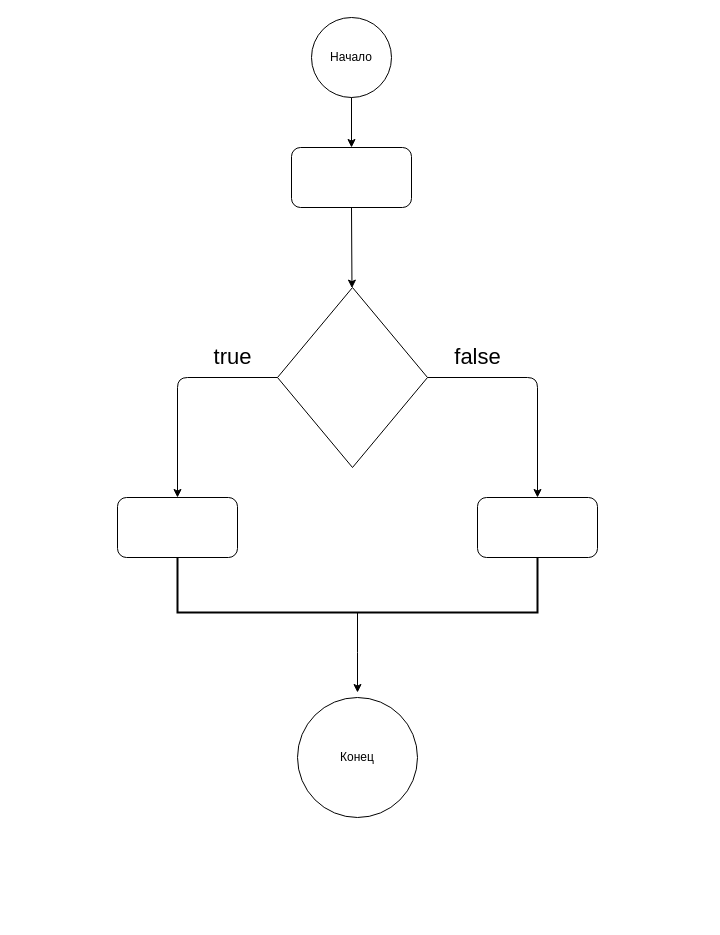
IDDQD229/job4j keeps this draw.io diagram as Untitled Diagram.drawio. Above is the earlier version. Source tidied: cells renumbered, new cells numbered last; positions are measured from the earlier drawing's top-left corner, leaving out a move shared by most shapes. Both pictures are drawn from the tidied source at 100%, with x=0, y=0 at pixel (117, 17).
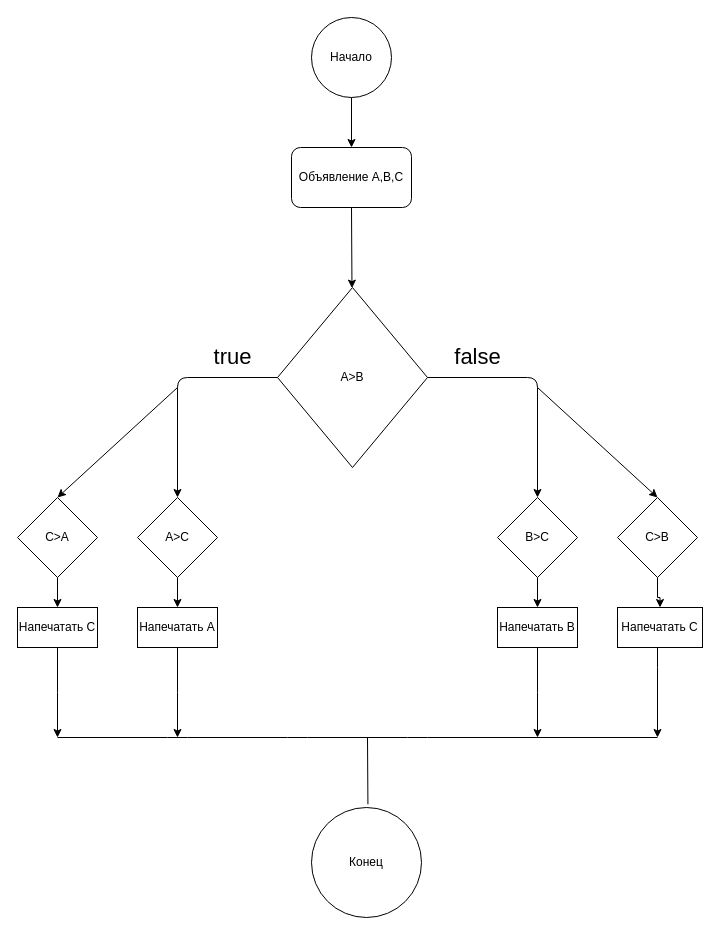
Above is the later version.

The edit, as a diff of the source:
```diff
@@
-    <mxCell id="4" style="rounded=1;whiteSpace=wrap;html=1;" parent="1" vertex="1">
+    <mxCell id="4" value="Объявление А,B,C" style="rounded=1;whiteSpace=wrap;html=1;" parent="1" vertex="1">
       <mxGeometry x="174" y="130" width="120" height="60" as="geometry" />
     </mxCell>
@@
-    <mxCell id="6" style="rhombus;whiteSpace=wrap;html=1;" parent="1" vertex="1">
+    <mxCell id="6" value="A&amp;gt;B" style="rhombus;whiteSpace=wrap;html=1;" parent="1" vertex="1">
       <mxGeometry x="160" y="270" width="150" height="180" as="geometry" />
     </mxCell>
@@
-    <mxCell id="11" style="rounded=1;whiteSpace=wrap;html=1;" parent="1" vertex="1">
-      <mxGeometry y="480" width="120" height="60" as="geometry" />
-    </mxCell>
-    <mxCell id="12" style="rounded=1;whiteSpace=wrap;html=1;" parent="1" vertex="1">
-      <mxGeometry x="360" y="480" width="120" height="60" as="geometry" />
-    </mxCell>
-    <mxCell id="13" style="edgeStyle=orthogonalEdgeStyle;rounded=0;jettySize=auto;html=1;" parent="1" edge="1" source="14">
-      <mxGeometry relative="1" as="geometry">
-        <mxPoint x="240" y="675" as="targetPoint" />
-      </mxGeometry>
-    </mxCell>
-    <mxCell id="14" style="strokeWidth=2;html=1;shape=mxgraph.flowchart.annotation_1;align=left;direction=north;rotation=0;" parent="1" vertex="1">
-      <mxGeometry x="60" y="540" width="360" height="55" as="geometry" />
-    </mxCell>
     <mxCell id="15" value="Конец" style="ellipse;whiteSpace=wrap;html=1;" parent="1" vertex="1">
-      <mxGeometry x="180" y="680" width="120" height="120" as="geometry" />
+      <mxGeometry x="194" y="790" width="110" height="110" as="geometry" />
     </mxCell>
+    <mxCell id="16" style="edgeStyle=orthogonalEdgeStyle;rounded=0;jettySize=auto;html=1;" parent="1" edge="1" source="17" target="27">
+      <mxGeometry relative="1" as="geometry" />
+    </mxCell>
+    <mxCell id="17" value="A&amp;gt;C" style="rhombus;whiteSpace=wrap;html=1;" parent="1" vertex="1">
+      <mxGeometry x="20" y="480" width="80" height="80" as="geometry" />
+    </mxCell>
+    <mxCell id="18" style="edgeStyle=orthogonalEdgeStyle;rounded=0;jettySize=auto;html=1;" parent="1" edge="1" source="19" target="31">
+      <mxGeometry relative="1" as="geometry" />
+    </mxCell>
+    <mxCell id="19" value="B&amp;gt;C" style="rhombus;whiteSpace=wrap;html=1;" parent="1" vertex="1">
+      <mxGeometry x="380" y="480" width="80" height="80" as="geometry" />
+    </mxCell>
+    <mxCell id="20" style="endArrow=classic;html=1;" parent="1" edge="1">
+      <mxGeometry relative="1" as="geometry">
+        <mxPoint x="60" y="370" as="sourcePoint" />
+        <mxPoint x="-60" y="480" as="targetPoint" />
+      </mxGeometry>
+    </mxCell>
+    <mxCell id="21" style="endArrow=classic;html=1;" parent="1" edge="1">
+      <mxGeometry relative="1" as="geometry">
+        <mxPoint x="420" y="370" as="sourcePoint" />
+        <mxPoint x="540" y="480" as="targetPoint" />
+      </mxGeometry>
+    </mxCell>
+    <mxCell id="22" style="edgeStyle=orthogonalEdgeStyle;rounded=0;jettySize=auto;html=1;" parent="1" edge="1" source="23" target="29">
+      <mxGeometry relative="1" as="geometry" />
+    </mxCell>
+    <mxCell id="23" value="C&amp;gt;A" style="rhombus;whiteSpace=wrap;html=1;" parent="1" vertex="1">
+      <mxGeometry x="-100" y="480" width="80" height="80" as="geometry" />
+    </mxCell>
+    <mxCell id="24" style="edgeStyle=orthogonalEdgeStyle;rounded=0;jettySize=auto;html=1;" parent="1" edge="1" source="25" target="33">
+      <mxGeometry relative="1" as="geometry" />
+    </mxCell>
+    <mxCell id="25" value="C&amp;gt;B" style="rhombus;whiteSpace=wrap;html=1;" parent="1" vertex="1">
+      <mxGeometry x="500" y="480" width="80" height="80" as="geometry" />
+    </mxCell>
+    <mxCell id="26" style="edgeStyle=orthogonalEdgeStyle;rounded=0;jettySize=auto;html=1;" parent="1" edge="1" source="27">
+      <mxGeometry relative="1" as="geometry">
+        <mxPoint x="60" y="720" as="targetPoint" />
+      </mxGeometry>
+    </mxCell>
+    <mxCell id="27" value="Напечатать А" style="whiteSpace=wrap;html=1;" parent="1" vertex="1">
+      <mxGeometry x="20" y="590" width="80" height="40" as="geometry" />
+    </mxCell>
+    <mxCell id="28" style="edgeStyle=orthogonalEdgeStyle;rounded=0;jettySize=auto;html=1;" parent="1" edge="1" source="29">
+      <mxGeometry relative="1" as="geometry">
+        <mxPoint x="-60" y="720" as="targetPoint" />
+      </mxGeometry>
+    </mxCell>
+    <mxCell id="29" value="Напечатать С" style="whiteSpace=wrap;html=1;" parent="1" vertex="1">
+      <mxGeometry x="-100" y="590" width="80" height="40" as="geometry" />
+    </mxCell>
+    <mxCell id="30" style="edgeStyle=orthogonalEdgeStyle;rounded=0;jettySize=auto;html=1;" parent="1" edge="1" source="31">
+      <mxGeometry relative="1" as="geometry">
+        <mxPoint x="420" y="720" as="targetPoint" />
+      </mxGeometry>
+    </mxCell>
+    <mxCell id="31" value="Напечатать B" style="whiteSpace=wrap;html=1;" parent="1" vertex="1">
+      <mxGeometry x="380" y="590" width="80" height="40" as="geometry" />
+    </mxCell>
+    <mxCell id="32" style="edgeStyle=orthogonalEdgeStyle;rounded=0;jettySize=auto;html=1;" parent="1" edge="1" source="33">
+      <mxGeometry relative="1" as="geometry">
+        <mxPoint x="540" y="720" as="targetPoint" />
+        <Array as="points">
+          <mxPoint x="540" y="650" />
+          <mxPoint x="540" y="650" />
+        </Array>
+      </mxGeometry>
+    </mxCell>
+    <mxCell id="33" value="Напечатать С" style="whiteSpace=wrap;html=1;" parent="1" vertex="1">
+      <mxGeometry x="500" y="590" width="85" height="40" as="geometry" />
+    </mxCell>
+    <mxCell id="34" style="endArrow=none;html=1;" parent="1" edge="1">
+      <mxGeometry relative="1" as="geometry">
+        <mxPoint x="-60" y="720" as="sourcePoint" />
+        <mxPoint x="540" y="720" as="targetPoint" />
+        <Array as="points">
+          <mxPoint x="60" y="720" />
+          <mxPoint x="180" y="720" />
+          <mxPoint x="300" y="720" />
+        </Array>
+      </mxGeometry>
+    </mxCell>
+    <mxCell id="35" style="endArrow=none;html=1;exitX=0.513;exitY=-0.029;exitDx=0;exitDy=0;exitPerimeter=0;" parent="1" edge="1" source="15">
+      <mxGeometry relative="1" as="geometry">
+        <mxPoint x="250" y="720" as="targetPoint" />
+      </mxGeometry>
+    </mxCell>
```
